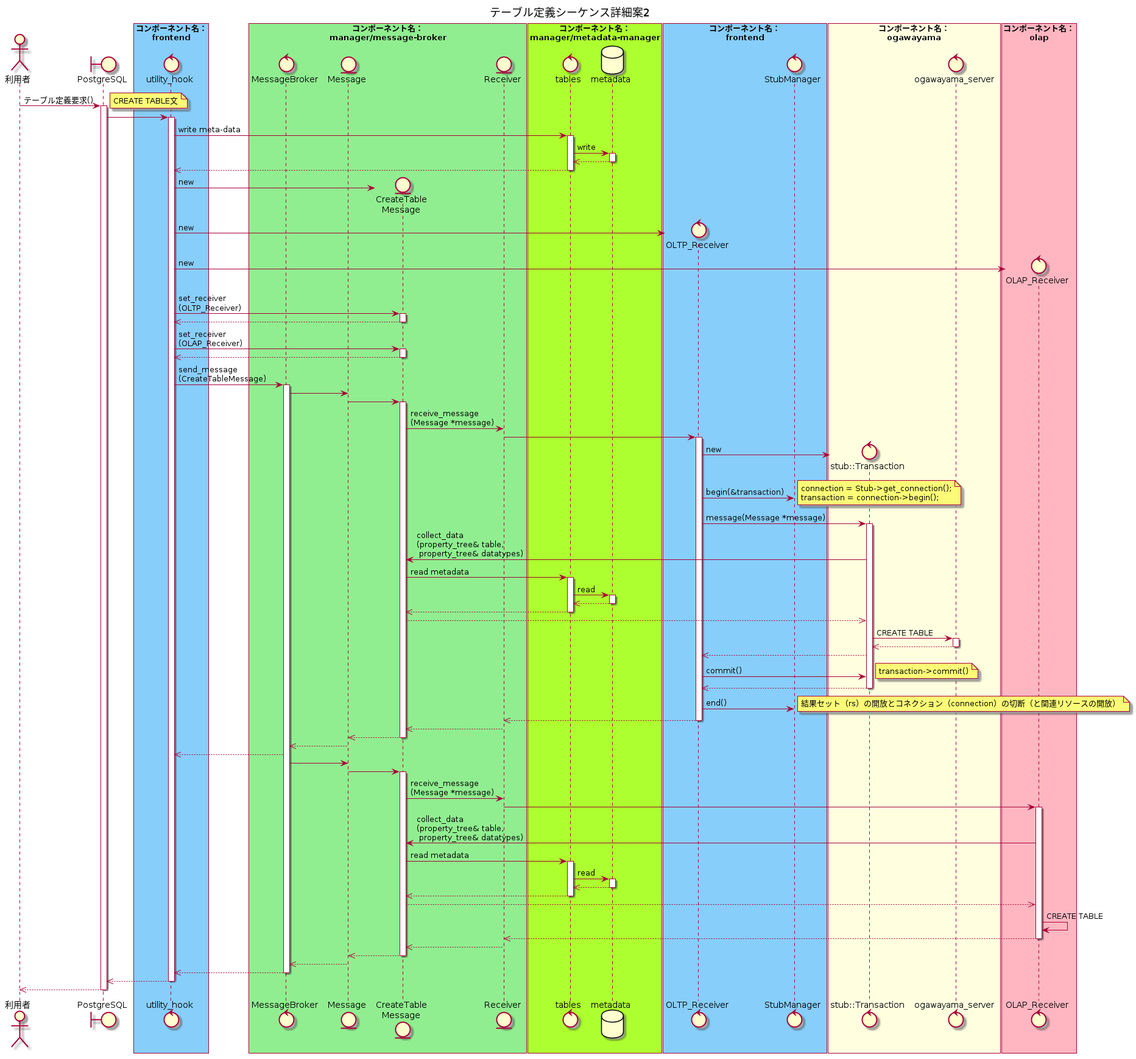
Before: docs/design/img/out/CREATE_TABLE_detail/テーブル定義シーケンス詳細案2.png, a diagram exported from PlantUML (project-tsurugi/tsurugi_fdw).
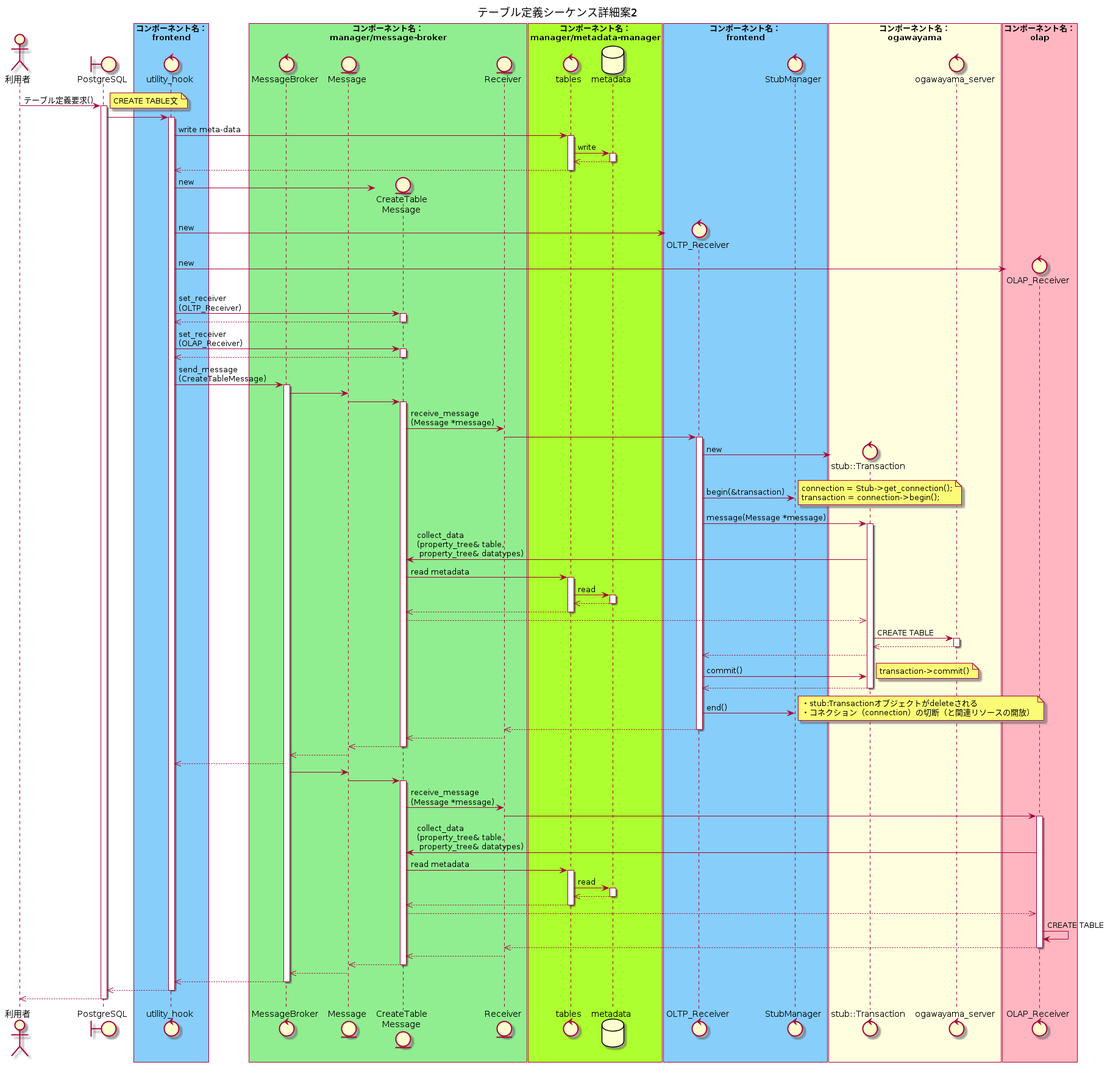
The same diagram one commit later.

Diff of the diagram source:
```diff
@@ -111,7 +111,8 @@
       deactivate tran
     oltp_receiver -> StubManager : end()
     note right
-    結果セット（rs）の開放とコネクション（connection）の切断（と関連リソースの開放）
+    ・stub:Transactionオブジェクトがdeleteされる
+    ・コネクション（connection）の切断（と関連リソースの開放）
     end note
     Receiver <<-- oltp_receiver
     deactivate oltp_receiver
```
